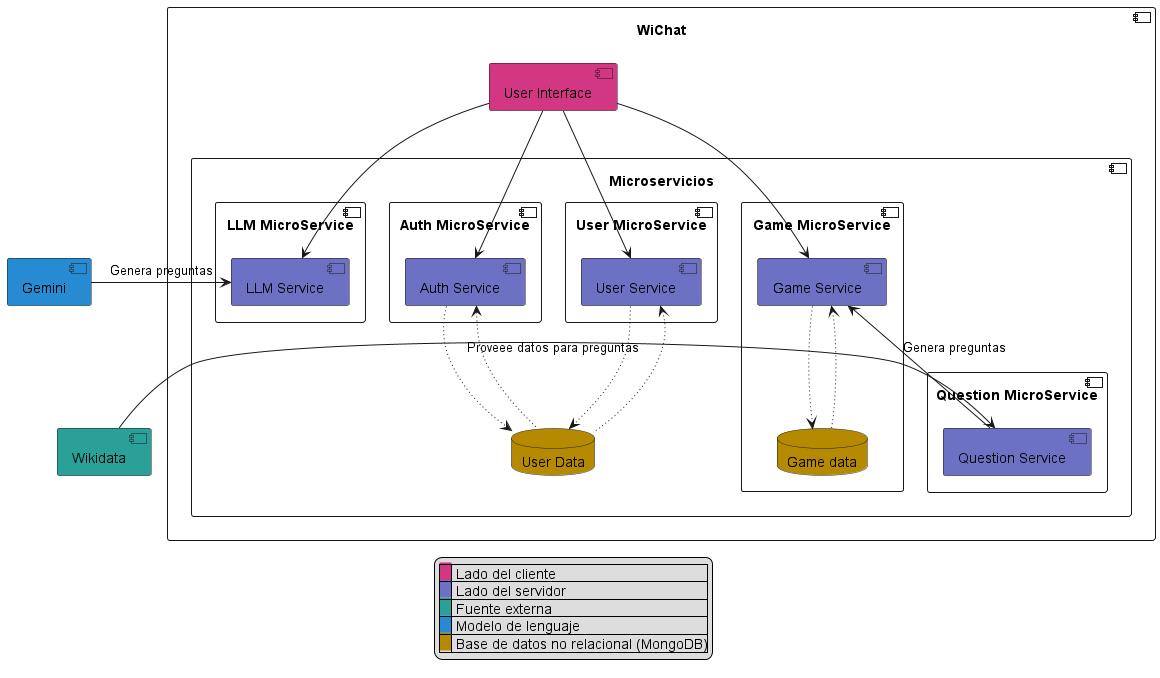
The PlantUML diagram images/building_block_view3.png in Arquisoft/wichat_es4a, before a commit.
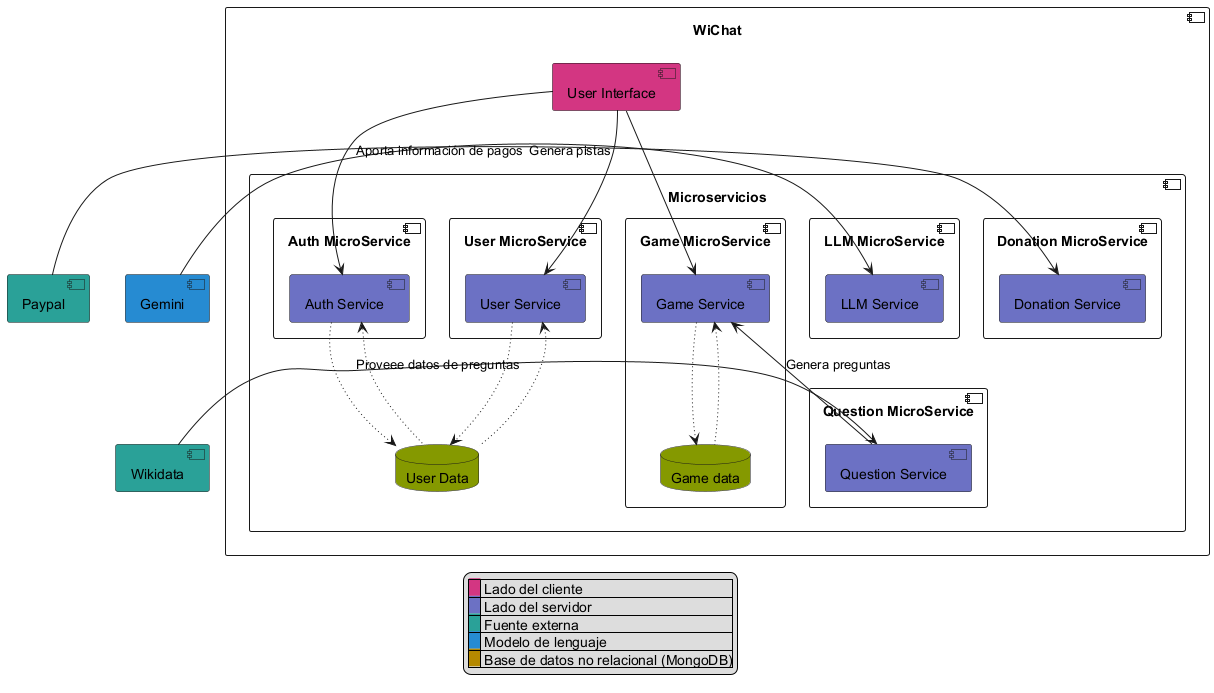
After the commit.

What changed in the source:
```diff
@@ -11,11 +11,11 @@
             Component user as "User Service" #6c71c4
         }
 
-        Database d1 as "User Data" #b58900
+        Database d1 as "User Data" #859900
 
         Component c3 as "Game MicroService" {
             Component game as "Game Service" #6c71c4
-            Database d2 as "Game data" #b58900
+            Database d2 as "Game data" #859900
         }
 
         Component c4 as "Question MicroService" {
@@ -26,6 +26,10 @@
             Component llm as "LLM Service" #6c71c4
         }
 
+        Component c6 as "Donation MicroService" {
+            Component donation as "Donation Service" #6c71c4
+        }
+
     }
 
     Component ui as "User Interface" #d33682
@@ -33,7 +37,6 @@
     ui -down-> auth
     ui -down-> user
     ui -down-> game
-    ui -down-> llm
 
     auth -[dotted]-> d1
     auth <-[dotted]- d1
@@ -45,10 +48,12 @@
 
 Component w as "Wikidata" #2aa198
 Component g as "Gemini" #268bd2
+Component p as "Paypal" #2aa198
 
 game <-- questions: Genera preguntas
-questions <-left- w: Proveee datos para preguntas
-llm <-left- g: Genera preguntas
+questions <-left- w: Proveee datos de preguntas
+llm <-left- g: Genera pistas
+donation <-left- p: Aporta información de pagos
 
 legend
  |<back:#d33682>   </back>| Lado del cliente |
```
